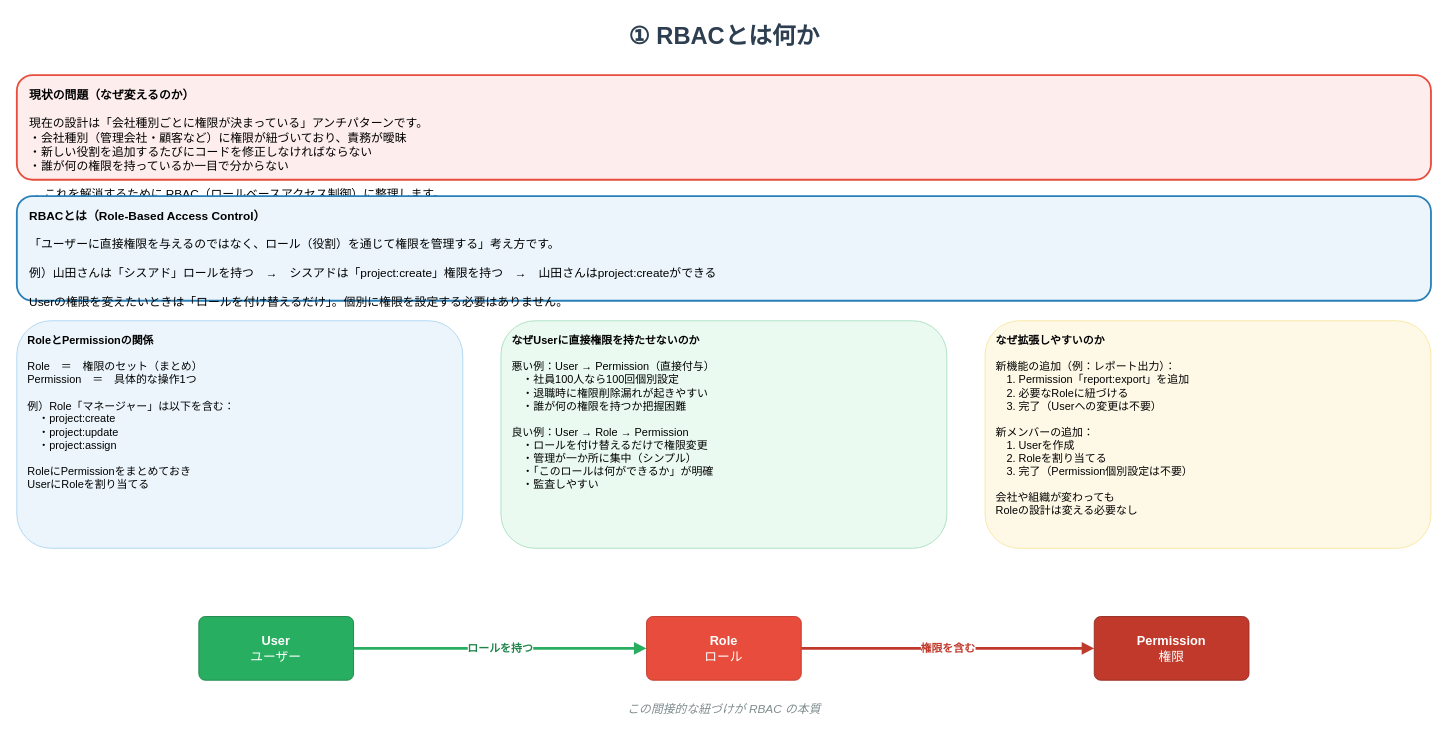
Above: page "①RBACとは" (1 of 5) of docs/splicer_org_permission_diagram.drawio in k-smz-win/splicer (draw.io), before the change. Source tidied: cells renumbered, new cells numbered last; positions are measured from the earlier drawing's top-left corner, leaving out a move shared by most shapes. Both pictures are drawn from the tidied source at 91%, with x=0, y=0 at pixel (16, 15).
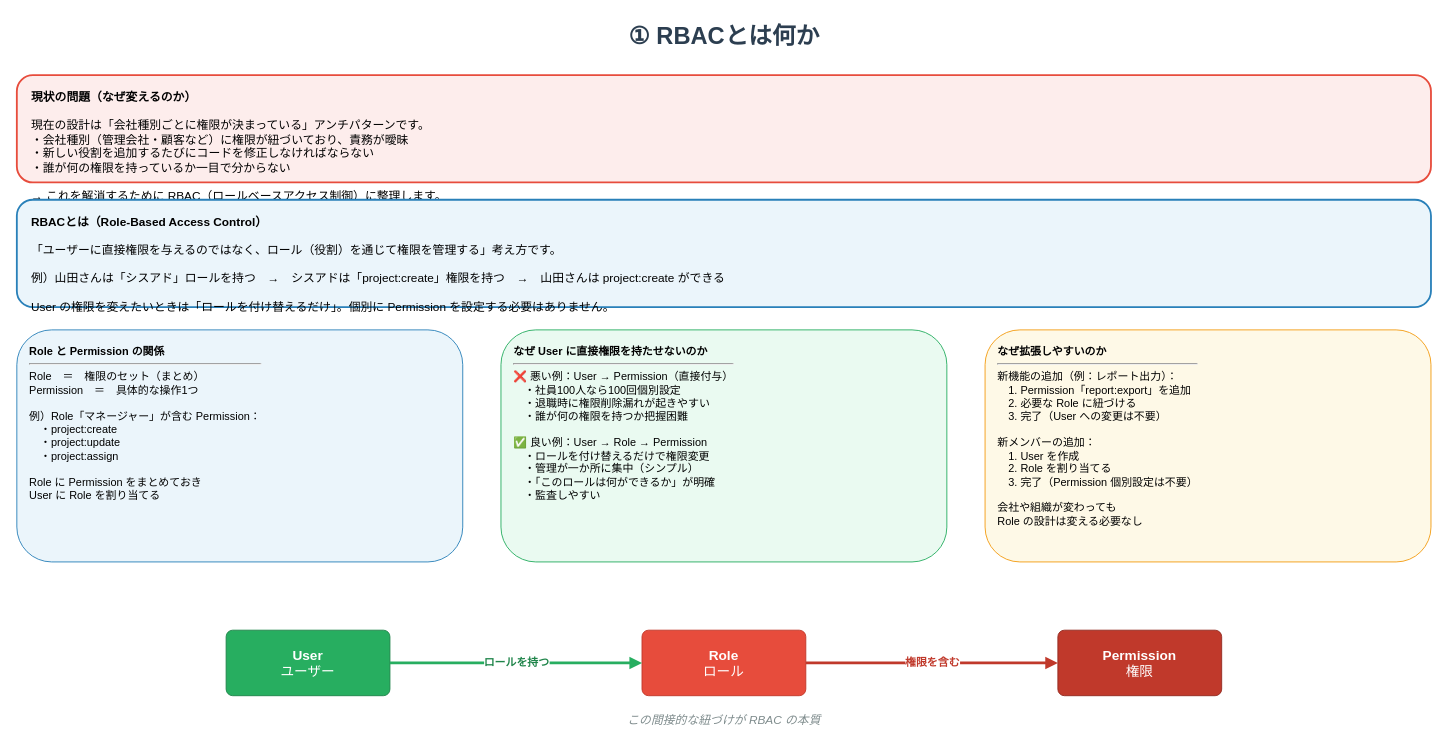
The same diagram, later.

What changed in the source:
```diff
@@
 <mxGraphModel>
   <root>
     <mxCell id="0" />
     <mxCell id="1" parent="0" />
     <mxCell id="2" value="① RBACとは何か" style="text;html=1;strokeColor=none;fillColor=none;align=center;fontSize=26;fontStyle=1;fontColor=#2C3E50;" parent="1" vertex="1">
       <mxGeometry width="1554" height="50" as="geometry" />
     </mxCell>
-    <mxCell id="3" value="&lt;b&gt;現状の問題（なぜ変えるのか）&lt;/b&gt;&lt;br/&gt;&lt;br/&gt;現在の設計は「会社種別ごとに権限が決まっている」アンチパターンです。&lt;br/&gt;・会社種別（管理会社・顧客など）に権限が紐づいており、責務が曖昧&lt;br/&gt;・新しい役割を追加するたびにコードを修正しなければならない&lt;br/&gt;・誰が何の権限を持っているか一目で分からない&lt;br/&gt;&lt;br/&gt;→ これを解消するために RBAC（ロールベースアクセス制御）に整理します。" style="rounded=1;whiteSpace=wrap;html=1;fillColor=#FDEDEC;strokeColor=#E74C3C;strokeWidth=2;fontSize=13;align=left;verticalAlign=top;spacingLeft=12;spacingTop=8;" parent="1" vertex="1">
-      <mxGeometry y="65" width="1554" height="115" as="geometry" />
+    <mxCell id="3" value="&lt;b&gt;現状の問題（なぜ変えるのか）&lt;/b&gt;&lt;br/&gt;&lt;br/&gt;現在の設計は「会社種別ごとに権限が決まっている」アンチパターンです。&lt;br/&gt;・会社種別（管理会社・顧客など）に権限が紐づいており、責務が曖昧&lt;br/&gt;・新しい役割を追加するたびにコードを修正しなければならない&lt;br/&gt;・誰が何の権限を持っているか一目で分からない&lt;br/&gt;&lt;br/&gt;→ これを解消するために RBAC（ロールベースアクセス制御）に整理します。" style="rounded=1;whiteSpace=wrap;html=1;fillColor=#FDEDEC;strokeColor=#E74C3C;strokeWidth=2;fontSize=13;align=left;verticalAlign=top;spacingLeft=14;spacingTop=10;" parent="1" vertex="1">
+      <mxGeometry y="65" width="1554" height="118" as="geometry" />
     </mxCell>
-    <mxCell id="4" value="&lt;b&gt;RBACとは（Role-Based Access Control）&lt;/b&gt;&lt;br/&gt;&lt;br/&gt;「ユーザーに直接権限を与えるのではなく、ロール（役割）を通じて権限を管理する」考え方です。&lt;br/&gt;&lt;br/&gt;例）山田さんは「シスアド」ロールを持つ　→　シスアドは「project:create」権限を持つ　→　山田さんはproject:createができる&lt;br/&gt;&lt;br/&gt;Userの権限を変えたいときは「ロールを付け替えるだけ」。個別に権限を設定する必要はありません。" style="rounded=1;whiteSpace=wrap;html=1;fillColor=#EBF5FB;strokeColor=#2980B9;strokeWidth=2;fontSize=13;align=left;verticalAlign=top;spacingLeft=12;spacingTop=8;" parent="1" vertex="1">
-      <mxGeometry y="198" width="1554" height="115" as="geometry" />
+    <mxCell id="4" value="&lt;b&gt;RBACとは（Role-Based Access Control）&lt;/b&gt;&lt;br/&gt;&lt;br/&gt;「ユーザーに直接権限を与えるのではなく、ロール（役割）を通じて権限を管理する」考え方です。&lt;br/&gt;&lt;br/&gt;例）山田さんは「シスアド」ロールを持つ　→　シスアドは「project:create」権限を持つ　→　山田さんは project:create ができる&lt;br/&gt;&lt;br/&gt;User の権限を変えたいときは「ロールを付け替えるだけ」。個別に Permission を設定する必要はありません。" style="rounded=1;whiteSpace=wrap;html=1;fillColor=#EBF5FB;strokeColor=#2980B9;strokeWidth=2;fontSize=13;align=left;verticalAlign=top;spacingLeft=14;spacingTop=10;" parent="1" vertex="1">
+      <mxGeometry y="202" width="1554" height="118" as="geometry" />
     </mxCell>
-    <mxCell id="5" value="&lt;b&gt;RoleとPermissionの関係&lt;/b&gt;&lt;br/&gt;&lt;br/&gt;Role　＝　権限のセット（まとめ）&lt;br/&gt;Permission　＝　具体的な操作1つ&lt;br/&gt;&lt;br/&gt;例）Role「マネージャー」は以下を含む：&lt;br/&gt;　・project:create&lt;br/&gt;　・project:update&lt;br/&gt;　・project:assign&lt;br/&gt;&lt;br/&gt;RoleにPermissionをまとめておき&lt;br/&gt;UserにRoleを割り当てる" style="rounded=1;whiteSpace=wrap;html=1;fillColor=#EBF5FB;strokeColor=#AED6F1;fontSize=12;align=left;verticalAlign=top;spacingLeft=10;spacingTop=8;" parent="1" vertex="1">
-      <mxGeometry y="335" width="490" height="250" as="geometry" />
+    <mxCell id="5" value="&lt;b&gt;Role と Permission の関係&lt;/b&gt;&lt;br/&gt;&lt;hr/&gt;Role　＝　権限のセット（まとめ）&lt;br/&gt;Permission　＝　具体的な操作1つ&lt;br/&gt;&lt;br/&gt;例）Role「マネージャー」が含む Permission：&lt;br/&gt;　・project:create&lt;br/&gt;　・project:update&lt;br/&gt;　・project:assign&lt;br/&gt;&lt;br/&gt;Role に Permission をまとめておき&lt;br/&gt;User に Role を割り当てる" style="rounded=1;whiteSpace=wrap;html=1;fillColor=#EBF5FB;strokeColor=#2980B9;fontSize=12;align=left;verticalAlign=top;spacingLeft=12;spacingTop=10;" parent="1" vertex="1">
+      <mxGeometry y="345" width="490" height="255" as="geometry" />
     </mxCell>
-    <mxCell id="6" value="&lt;b&gt;なぜUserに直接権限を持たせないのか&lt;/b&gt;&lt;br/&gt;&lt;br/&gt;悪い例：User → Permission（直接付与）&lt;br/&gt;　・社員100人なら100回個別設定&lt;br/&gt;　・退職時に権限削除漏れが起きやすい&lt;br/&gt;　・誰が何の権限を持つか把握困難&lt;br/&gt;&lt;br/&gt;良い例：User → Role → Permission&lt;br/&gt;　・ロールを付け替えるだけで権限変更&lt;br/&gt;　・管理が一か所に集中（シンプル）&lt;br/&gt;　・「このロールは何ができるか」が明確&lt;br/&gt;　・監査しやすい" style="rounded=1;whiteSpace=wrap;html=1;fillColor=#EAFAF1;strokeColor=#A9DFBF;fontSize=12;align=left;verticalAlign=top;spacingLeft=10;spacingTop=8;" parent="1" vertex="1">
-      <mxGeometry x="532" y="335" width="490" height="250" as="geometry" />
+    <mxCell id="6" value="&lt;b&gt;なぜ User に直接権限を持たせないのか&lt;/b&gt;&lt;br/&gt;&lt;hr/&gt;❌ 悪い例：User → Permission（直接付与）&lt;br/&gt;　・社員100人なら100回個別設定&lt;br/&gt;　・退職時に権限削除漏れが起きやすい&lt;br/&gt;　・誰が何の権限を持つか把握困難&lt;br/&gt;&lt;br/&gt;✅ 良い例：User → Role → Permission&lt;br/&gt;　・ロールを付け替えるだけで権限変更&lt;br/&gt;　・管理が一か所に集中（シンプル）&lt;br/&gt;　・「このロールは何ができるか」が明確&lt;br/&gt;　・監査しやすい" style="rounded=1;whiteSpace=wrap;html=1;fillColor=#EAFAF1;strokeColor=#27AE60;fontSize=12;align=left;verticalAlign=top;spacingLeft=12;spacingTop=10;" parent="1" vertex="1">
+      <mxGeometry x="532" y="345" width="490" height="255" as="geometry" />
     </mxCell>
-    <mxCell id="7" value="&lt;b&gt;なぜ拡張しやすいのか&lt;/b&gt;&lt;br/&gt;&lt;br/&gt;新機能の追加（例：レポート出力）：&lt;br/&gt;　1. Permission「report:export」を追加&lt;br/&gt;　2. 必要なRoleに紐づける&lt;br/&gt;　3. 完了（Userへの変更は不要）&lt;br/&gt;&lt;br/&gt;新メンバーの追加：&lt;br/&gt;　1. Userを作成&lt;br/&gt;　2. Roleを割り当てる&lt;br/&gt;　3. 完了（Permission個別設定は不要）&lt;br/&gt;&lt;br/&gt;会社や組織が変わっても&lt;br/&gt;Roleの設計は変える必要なし" style="rounded=1;whiteSpace=wrap;html=1;fillColor=#FEF9E7;strokeColor=#F9E79F;fontSize=12;align=left;verticalAlign=top;spacingLeft=10;spacingTop=8;" parent="1" vertex="1">
-      <mxGeometry x="1064" y="335" width="490" height="250" as="geometry" />
+    <mxCell id="7" value="&lt;b&gt;なぜ拡張しやすいのか&lt;/b&gt;&lt;br/&gt;&lt;hr/&gt;新機能の追加（例：レポート出力）：&lt;br/&gt;　1. Permission「report:export」を追加&lt;br/&gt;　2. 必要な Role に紐づける&lt;br/&gt;　3. 完了（User への変更は不要）&lt;br/&gt;&lt;br/&gt;新メンバーの追加：&lt;br/&gt;　1. User を作成&lt;br/&gt;　2. Role を割り当てる&lt;br/&gt;　3. 完了（Permission 個別設定は不要）&lt;br/&gt;&lt;br/&gt;会社や組織が変わっても&lt;br/&gt;Role の設計は変える必要なし" style="rounded=1;whiteSpace=wrap;html=1;fillColor=#FEF9E7;strokeColor=#F39C12;fontSize=12;align=left;verticalAlign=top;spacingLeft=12;spacingTop=10;" parent="1" vertex="1">
+      <mxGeometry x="1064" y="345" width="490" height="255" as="geometry" />
     </mxCell>
-    <mxCell id="8" value="&lt;b&gt;User&lt;/b&gt;&lt;br/&gt;ユーザー" style="rounded=1;whiteSpace=wrap;html=1;fillColor=#27AE60;strokeColor=#1E8449;fontColor=#FFFFFF;fontSize=14;arcSize=10;" parent="1" vertex="1">
-      <mxGeometry x="200" y="660" width="170" height="70" as="geometry" />
+    <mxCell id="8" value="&lt;b&gt;User&lt;/b&gt;&lt;br/&gt;ユーザー" style="rounded=1;whiteSpace=wrap;html=1;fillColor=#27AE60;strokeColor=#1E8449;fontColor=#FFFFFF;fontSize=15;arcSize=10;" parent="1" vertex="1">
+      <mxGeometry x="230" y="675" width="180" height="72" as="geometry" />
     </mxCell>
-    <mxCell id="9" value="&lt;b&gt;Role&lt;/b&gt;&lt;br/&gt;ロール" style="rounded=1;whiteSpace=wrap;html=1;fillColor=#E74C3C;strokeColor=#C0392B;fontColor=#FFFFFF;fontSize=14;arcSize=10;" parent="1" vertex="1">
-      <mxGeometry x="692" y="660" width="170" height="70" as="geometry" />
+    <mxCell id="9" value="&lt;b&gt;Role&lt;/b&gt;&lt;br/&gt;ロール" style="rounded=1;whiteSpace=wrap;html=1;fillColor=#E74C3C;strokeColor=#C0392B;fontColor=#FFFFFF;fontSize=15;arcSize=10;" parent="1" vertex="1">
+      <mxGeometry x="687" y="675" width="180" height="72" as="geometry" />
     </mxCell>
-    <mxCell id="10" value="&lt;b&gt;Permission&lt;/b&gt;&lt;br/&gt;権限" style="rounded=1;whiteSpace=wrap;html=1;fillColor=#C0392B;strokeColor=#922B21;fontColor=#FFFFFF;fontSize=14;arcSize=10;" parent="1" vertex="1">
-      <mxGeometry x="1184" y="660" width="170" height="70" as="geometry" />
+    <mxCell id="10" value="&lt;b&gt;Permission&lt;/b&gt;&lt;br/&gt;権限" style="rounded=1;whiteSpace=wrap;html=1;fillColor=#C0392B;strokeColor=#922B21;fontColor=#FFFFFF;fontSize=15;arcSize=10;" parent="1" vertex="1">
+      <mxGeometry x="1144" y="675" width="180" height="72" as="geometry" />
     </mxCell>
     <mxCell id="11" value="ロールを持つ" style="edgeStyle=orthogonalEdgeStyle;html=1;strokeColor=#27AE60;strokeWidth=3;fontSize=12;fontStyle=1;fontColor=#1E8449;endArrow=block;endFill=1;" parent="1" edge="1" source="8" target="9">
       <mxGeometry relative="1" as="geometry" />
     </mxCell>
     <mxCell id="12" value="権限を含む" style="edgeStyle=orthogonalEdgeStyle;html=1;strokeColor=#C0392B;strokeWidth=3;fontSize=12;fontStyle=1;fontColor=#C0392B;endArrow=block;endFill=1;" parent="1" edge="1" source="9" target="10">
       <mxGeometry relative="1" as="geometry" />
     </mxCell>
     <mxCell id="13" value="この間接的な紐づけが RBAC の本質" style="text;html=1;strokeColor=none;fillColor=none;align=center;fontSize=13;fontStyle=2;fontColor=#7F8C8D;" parent="1" vertex="1">
-      <mxGeometry x="200" y="748" width="1154" height="25" as="geometry" />
+      <mxGeometry x="230" y="760" width="1094" height="26" as="geometry" />
     </mxCell>
   </root>
 </mxGraphModel>
```
